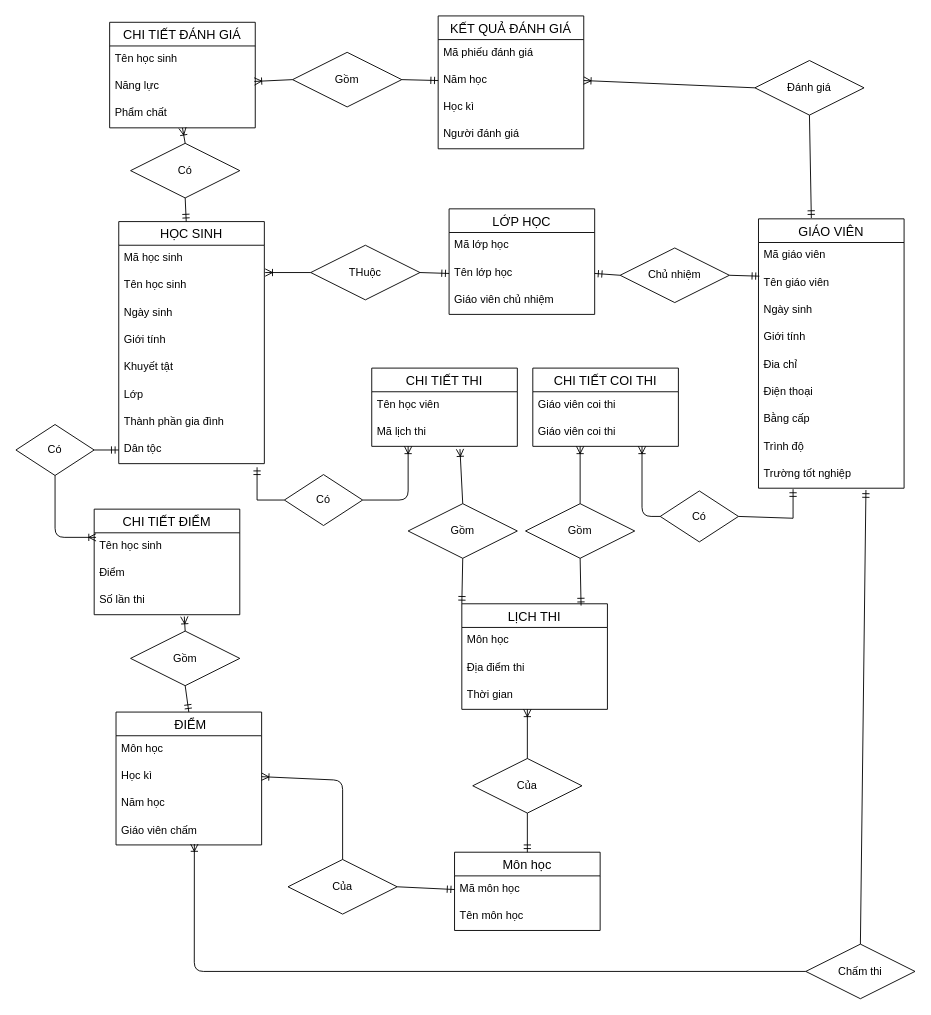
TLGKien/graph keeps this draw.io diagram as 3.2.1.drawio. Above is the earlier version. Source tidied: cells renumbered, new cells numbered last; positions are measured from the earlier drawing's top-left corner, leaving out a move shared by most shapes. Both pictures are drawn from the tidied source at 91%, with x=0, y=0 at pixel (15, 15).
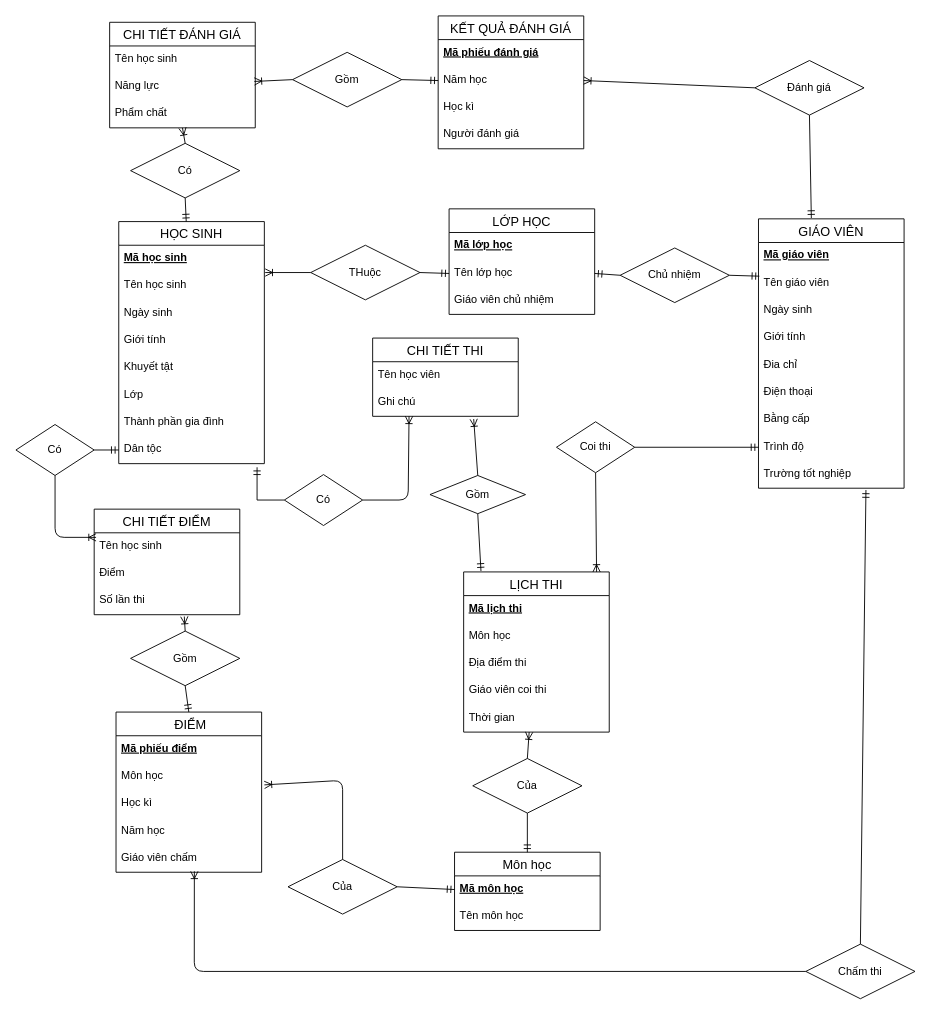
After the change.

Unchanged cells that the change refers to:
```xml
<mxCell id="2" value="HỌC SINH" style="swimlane;fontStyle=0;horizontal=1;startSize=26;align=center;fontSize=14;" parent="1" vertex="1">
  <mxGeometry x="113" y="226" width="160" height="266" as="geometry" />
</mxCell>
<mxCell id="11" value="GIÁO VIÊN" style="swimlane;fontStyle=0;horizontal=1;startSize=26;align=center;fontSize=14;" parent="1" vertex="1">
  <mxGeometry x="816" y="223" width="160" height="296" as="geometry" />
</mxCell>
<mxCell id="19" value="Trình độ" style="text;strokeColor=none;fillColor=none;spacingLeft=4;spacingRight=4;overflow=hidden;points=[[0,0.5],[1,0.5]];portConstraint=eastwest;fontSize=12;" parent="11" vertex="1">
  <mxGeometry y="236" width="160" height="30" as="geometry" />
</mxCell>
<mxCell id="21" value="LỚP HỌC" style="swimlane;fontStyle=0;horizontal=1;startSize=26;align=center;fontSize=14;" parent="1" vertex="1">
  <mxGeometry x="476" y="212" width="160" height="116" as="geometry" />
</mxCell>
<mxCell id="25" value="Môn học" style="swimlane;fontStyle=0;horizontal=1;startSize=26;align=center;fontSize=14;" parent="1" vertex="1">
  <mxGeometry x="482" y="919" width="160" height="86" as="geometry" />
</mxCell>
<mxCell id="34" value="Của" style="shape=rhombus;perimeter=rhombusPerimeter;whiteSpace=wrap;html=1;align=center;" parent="1" vertex="1">
  <mxGeometry x="299" y="927" width="120" height="60" as="geometry" />
</mxCell>
<mxCell id="83" value="KẾT QUẢ ĐÁNH GIÁ" style="swimlane;fontStyle=0;horizontal=1;startSize=26;align=center;fontSize=14;" parent="1" vertex="1">
  <mxGeometry x="464" width="160" height="146" as="geometry" />
</mxCell>
```

Diff of the diagram source:
```diff
@@
-    <mxCell id="3" value="Mã học sinh" style="text;strokeColor=none;fillColor=none;spacingLeft=4;spacingRight=4;overflow=hidden;fontSize=12;fontStyle=0;" parent="2" vertex="1">
+    <mxCell id="3" value="Mã học sinh" style="text;strokeColor=none;fillColor=none;spacingLeft=4;spacingRight=4;overflow=hidden;fontSize=12;fontStyle=5;" parent="2" vertex="1">
       <mxGeometry y="26" width="160" height="30" as="geometry" />
     </mxCell>
@@
-    <mxCell id="12" value="Mã giáo viên" style="text;strokeColor=none;fillColor=none;spacingLeft=4;spacingRight=4;overflow=hidden;fontSize=12;fontStyle=0;" parent="11" vertex="1">
+    <mxCell id="12" value="Mã giáo viên" style="text;strokeColor=none;fillColor=none;spacingLeft=4;spacingRight=4;overflow=hidden;fontSize=12;fontStyle=5;" parent="11" vertex="1">
       <mxGeometry y="26" width="160" height="30" as="geometry" />
     </mxCell>
@@
-    <mxCell id="22" value="Mã lớp học" style="text;strokeColor=none;fillColor=none;spacingLeft=4;spacingRight=4;overflow=hidden;fontSize=12;fontStyle=0;" parent="21" vertex="1">
+    <mxCell id="22" value="Mã lớp học" style="text;strokeColor=none;fillColor=none;spacingLeft=4;spacingRight=4;overflow=hidden;fontSize=12;fontStyle=5;" parent="21" vertex="1">
       <mxGeometry y="26" width="160" height="30" as="geometry" />
     </mxCell>
@@
-    <mxCell id="26" value="Mã môn học" style="text;strokeColor=none;fillColor=none;spacingLeft=4;spacingRight=4;overflow=hidden;points=[[0,0.5],[1,0.5]];portConstraint=eastwest;fontSize=12;fontStyle=0;" parent="25" vertex="1">
+    <mxCell id="26" value="Mã môn học" style="text;strokeColor=none;fillColor=none;spacingLeft=4;spacingRight=4;overflow=hidden;points=[[0,0.5],[1,0.5]];portConstraint=eastwest;fontSize=12;fontStyle=5;" parent="25" vertex="1">
       <mxGeometry y="26" width="160" height="30" as="geometry" />
     </mxCell>
@@
-    <mxCell id="35" style="fontSize=12;html=1;endArrow=ERoneToMany;entryX=1;entryY=0.5;entryDx=0;entryDy=0;exitX=0.5;exitY=0;exitDx=0;exitDy=0;" parent="1" edge="1" source="34" target="70">
+    <mxCell id="35" style="fontSize=12;html=1;endArrow=ERoneToMany;entryX=1.019;entryY=0.8;entryDx=0;entryDy=0;exitX=0.5;exitY=0;exitDx=0;exitDy=0;entryPerimeter=0;" parent="1" edge="1" source="34" target="101">
       <mxGeometry relative="1" as="geometry">
         <Array as="points">
           <mxPoint x="359" y="840" />
         </Array>
       </mxGeometry>
     </mxCell>
@@
     <mxCell id="46" value="LỊCH THI" style="swimlane;fontStyle=0;horizontal=1;startSize=26;align=center;fontSize=14;" parent="1" vertex="1">
-      <mxGeometry x="490" y="646" width="160" height="116" as="geometry" />
+      <mxGeometry x="492" y="611" width="160" height="176" as="geometry" />
     </mxCell>
-    <mxCell id="47" value="Môn học" style="text;strokeColor=none;fillColor=none;spacingLeft=4;spacingRight=4;overflow=hidden;fontSize=12;" parent="46" vertex="1">
+    <mxCell id="47" value="Mã lịch thi" style="text;strokeColor=none;fillColor=none;spacingLeft=4;spacingRight=4;overflow=hidden;fontSize=12;fontStyle=5;" parent="46" vertex="1">
       <mxGeometry y="26" width="160" height="30" as="geometry" />
     </mxCell>
+    <mxCell id="98" value="Môn học" style="text;strokeColor=none;fillColor=none;spacingLeft=4;spacingRight=4;overflow=hidden;fontSize=12;" parent="46" vertex="1">
+      <mxGeometry y="56" width="160" height="30" as="geometry" />
+    </mxCell>
     <mxCell id="48" value="Địa điểm thi" style="text;strokeColor=none;fillColor=none;spacingLeft=4;spacingRight=4;overflow=hidden;fontSize=12;" parent="46" vertex="1">
-      <mxGeometry y="56" width="160" height="30" as="geometry" />
+      <mxGeometry y="86" width="160" height="30" as="geometry" />
     </mxCell>
+    <mxCell id="99" value="Giáo viên coi thi" style="text;strokeColor=none;fillColor=none;spacingLeft=4;spacingRight=4;overflow=hidden;fontSize=12;" parent="46" vertex="1">
+      <mxGeometry y="116" width="160" height="30" as="geometry" />
+    </mxCell>
     <mxCell id="49" value="Thời gian" style="text;strokeColor=none;fillColor=none;spacingLeft=4;spacingRight=4;overflow=hidden;points=[[0,0.5],[1,0.5]];portConstraint=eastwest;fontSize=12;" parent="46" vertex="1">
-      <mxGeometry y="86" width="160" height="30" as="geometry" />
+      <mxGeometry y="146" width="160" height="30" as="geometry" />
     </mxCell>
-    <mxCell id="50" value="CHI TIẾT COI THI" style="swimlane;fontStyle=0;horizontal=1;startSize=26;align=center;fontSize=14;" parent="1" vertex="1">
-      <mxGeometry x="568" y="387" width="160" height="86" as="geometry" />
-    </mxCell>
-    <mxCell id="51" value="Giáo viên coi thi&#10;" style="text;strokeColor=none;fillColor=none;spacingLeft=4;spacingRight=4;overflow=hidden;fontSize=12;" parent="50" vertex="1">
-      <mxGeometry y="26" width="160" height="30" as="geometry" />
-    </mxCell>
-    <mxCell id="52" value="Giáo viên coi thi&#10;" style="text;strokeColor=none;fillColor=none;spacingLeft=4;spacingRight=4;overflow=hidden;points=[[0,0.5],[1,0.5]];portConstraint=eastwest;fontSize=12;" parent="50" vertex="1">
-      <mxGeometry y="56" width="160" height="30" as="geometry" />
-    </mxCell>
     <mxCell id="53" value="CHI TIẾT THI" style="swimlane;fontStyle=0;horizontal=1;startSize=26;align=center;fontSize=14;" parent="1" vertex="1">
-      <mxGeometry x="391" y="387" width="160" height="86" as="geometry" />
+      <mxGeometry x="392" y="354" width="160" height="86" as="geometry" />
     </mxCell>
@@
-    <mxCell id="55" value="Mã lịch thi" style="text;strokeColor=none;fillColor=none;spacingLeft=4;spacingRight=4;overflow=hidden;points=[[0,0.5],[1,0.5]];portConstraint=eastwest;fontSize=12;" parent="53" vertex="1">
-      <mxGeometry y="56" width="160" height="30" as="geometry" />
-    </mxCell>
+    <mxCell id="100" value="Ghi chú" style="text;strokeColor=none;fillColor=none;spacingLeft=4;spacingRight=4;overflow=hidden;points=[[0,0.5],[1,0.5]];portConstraint=eastwest;fontSize=12;" parent="53" vertex="1">
+      <mxGeometry y="56" width="160" height="30" as="geometry" />
+    </mxCell>
     <mxCell id="56" value="Gồm" style="shape=rhombus;perimeter=rhombusPerimeter;whiteSpace=wrap;html=1;align=center;" parent="1" vertex="1">
-      <mxGeometry x="431" y="536" width="120" height="60" as="geometry" />
+      <mxGeometry x="455" y="505" width="105" height="42" as="geometry" />
     </mxCell>
-    <mxCell id="57" style="fontSize=12;html=1;endArrow=ERmandOne;entryX=0;entryY=0;entryDx=0;entryDy=0;rounded=0;exitX=0.5;exitY=1;exitDx=0;exitDy=0;" parent="1" edge="1" source="56" target="46">
+    <mxCell id="57" style="fontSize=12;html=1;endArrow=ERmandOne;entryX=0.119;entryY=-0.006;entryDx=0;entryDy=0;rounded=0;exitX=0.5;exitY=1;exitDx=0;exitDy=0;entryPerimeter=0;" parent="1" edge="1" source="56" target="46">
       <mxGeometry relative="1" as="geometry" />
     </mxCell>
-    <mxCell id="58" style="fontSize=12;html=1;endArrow=ERoneToMany;entryX=0.606;entryY=1.1;entryDx=0;entryDy=0;entryPerimeter=0;exitX=0.5;exitY=0;exitDx=0;exitDy=0;" parent="1" edge="1" source="56" target="55">
+    <mxCell id="58" style="fontSize=12;html=1;endArrow=ERoneToMany;entryX=0.694;entryY=1.1;entryDx=0;entryDy=0;entryPerimeter=0;exitX=0.5;exitY=0;exitDx=0;exitDy=0;" parent="1" edge="1" source="56" target="100">
       <mxGeometry relative="1" as="geometry" />
     </mxCell>
-    <mxCell id="59" value="Gồm" style="shape=rhombus;perimeter=rhombusPerimeter;whiteSpace=wrap;html=1;align=center;" parent="1" vertex="1">
-      <mxGeometry x="560" y="536" width="120" height="60" as="geometry" />
-    </mxCell>
-    <mxCell id="60" style="fontSize=12;html=1;endArrow=ERoneToMany;entryX=0.325;entryY=1;entryDx=0;entryDy=0;entryPerimeter=0;" parent="1" edge="1" source="59" target="52">
-      <mxGeometry relative="1" as="geometry" />
-    </mxCell>
@@
-    <mxCell id="62" style="fontSize=12;html=1;endArrow=ERmandOne;entryX=0.819;entryY=0.017;entryDx=0;entryDy=0;rounded=0;exitX=0.5;exitY=1;exitDx=0;exitDy=0;entryPerimeter=0;" parent="1" edge="1" source="59" target="46">
-      <mxGeometry relative="1" as="geometry" />
-    </mxCell>
-    <mxCell id="63" value="Có" style="shape=rhombus;perimeter=rhombusPerimeter;whiteSpace=wrap;html=1;align=center;" parent="1" vertex="1">
-      <mxGeometry x="708" y="522" width="86" height="56" as="geometry" />
+    <mxCell id="63" value="Coi thi" style="shape=rhombus;perimeter=rhombusPerimeter;whiteSpace=wrap;html=1;align=center;" parent="1" vertex="1">
+      <mxGeometry x="594" y="446" width="86" height="56" as="geometry" />
     </mxCell>
-    <mxCell id="64" style="fontSize=12;html=1;endArrow=ERmandOne;rounded=0;exitX=1;exitY=0.5;exitDx=0;exitDy=0;" parent="1" edge="1" source="63">
-      <mxGeometry relative="1" as="geometry">
-        <mxPoint x="854" y="520" as="targetPoint" />
-        <Array as="points">
-          <mxPoint x="854" y="552" />
-        </Array>
-      </mxGeometry>
+    <mxCell id="64" style="fontSize=12;html=1;endArrow=ERmandOne;rounded=0;exitX=1;exitY=0.5;exitDx=0;exitDy=0;entryX=0;entryY=0.5;entryDx=0;entryDy=0;" parent="1" edge="1" source="63" target="19">
+      <mxGeometry relative="1" as="geometry" />
     </mxCell>
@@
-    <mxCell id="67" style="fontSize=12;html=1;endArrow=ERoneToMany;entryX=0.75;entryY=1;entryDx=0;entryDy=0;exitX=0;exitY=0.5;exitDx=0;exitDy=0;" parent="1" edge="1" source="63" target="50">
-      <mxGeometry relative="1" as="geometry">
-        <Array as="points">
-          <mxPoint x="688" y="550" />
-        </Array>
-      </mxGeometry>
+    <mxCell id="67" style="fontSize=12;html=1;endArrow=ERoneToMany;entryX=0.913;entryY=0;entryDx=0;entryDy=0;exitX=0.5;exitY=1;exitDx=0;exitDy=0;entryPerimeter=0;" parent="1" edge="1" source="63" target="46">
+      <mxGeometry relative="1" as="geometry" />
     </mxCell>
     <mxCell id="68" value=" ĐIỂM" style="swimlane;fontStyle=0;horizontal=1;startSize=26;align=center;fontSize=14;" parent="1" vertex="1">
-      <mxGeometry x="110" y="765" width="160" height="146" as="geometry" />
+      <mxGeometry x="110" y="765" width="160" height="176" as="geometry" />
     </mxCell>
-    <mxCell id="69" value="Môn học" style="text;strokeColor=none;fillColor=none;spacingLeft=4;spacingRight=4;overflow=hidden;fontSize=12;" parent="68" vertex="1">
+    <mxCell id="69" value="Mã phiếu điểm" style="text;strokeColor=none;fillColor=none;spacingLeft=4;spacingRight=4;overflow=hidden;fontSize=12;fontStyle=5;" parent="68" vertex="1">
       <mxGeometry y="26" width="160" height="30" as="geometry" />
     </mxCell>
+    <mxCell id="101" value="Môn học" style="text;strokeColor=none;fillColor=none;spacingLeft=4;spacingRight=4;overflow=hidden;points=[[0,0.5],[1,0.5]];portConstraint=eastwest;fontSize=12;" parent="68" vertex="1">
+      <mxGeometry y="56" width="160" height="30" as="geometry" />
+    </mxCell>
     <mxCell id="70" value="Học kì" style="text;strokeColor=none;fillColor=none;spacingLeft=4;spacingRight=4;overflow=hidden;points=[[0,0.5],[1,0.5]];portConstraint=eastwest;fontSize=12;" parent="68" vertex="1">
-      <mxGeometry y="56" width="160" height="30" as="geometry" />
+      <mxGeometry y="86" width="160" height="30" as="geometry" />
     </mxCell>
     <mxCell id="71" value="Năm học" style="text;strokeColor=none;fillColor=none;spacingLeft=4;spacingRight=4;overflow=hidden;fontSize=12;" parent="68" vertex="1">
-      <mxGeometry y="86" width="160" height="30" as="geometry" />
+      <mxGeometry y="116" width="160" height="30" as="geometry" />
     </mxCell>
     <mxCell id="72" value="Giáo viên chấm" style="text;strokeColor=none;fillColor=none;spacingLeft=4;spacingRight=4;overflow=hidden;points=[[0,0.5],[1,0.5]];portConstraint=eastwest;fontSize=12;" parent="68" vertex="1">
-      <mxGeometry y="116" width="160" height="30" as="geometry" />
+      <mxGeometry y="146" width="160" height="30" as="geometry" />
     </mxCell>
@@
-    <mxCell id="84" value="Mã phiếu đánh giá" style="text;strokeColor=none;fillColor=none;spacingLeft=4;spacingRight=4;overflow=hidden;fontSize=12;" parent="83" vertex="1">
+    <mxCell id="84" value="Mã phiếu đánh giá" style="text;strokeColor=none;fillColor=none;spacingLeft=4;spacingRight=4;overflow=hidden;fontSize=12;fontStyle=5;" parent="83" vertex="1">
       <mxGeometry y="26" width="160" height="30" as="geometry" />
     </mxCell>
```
